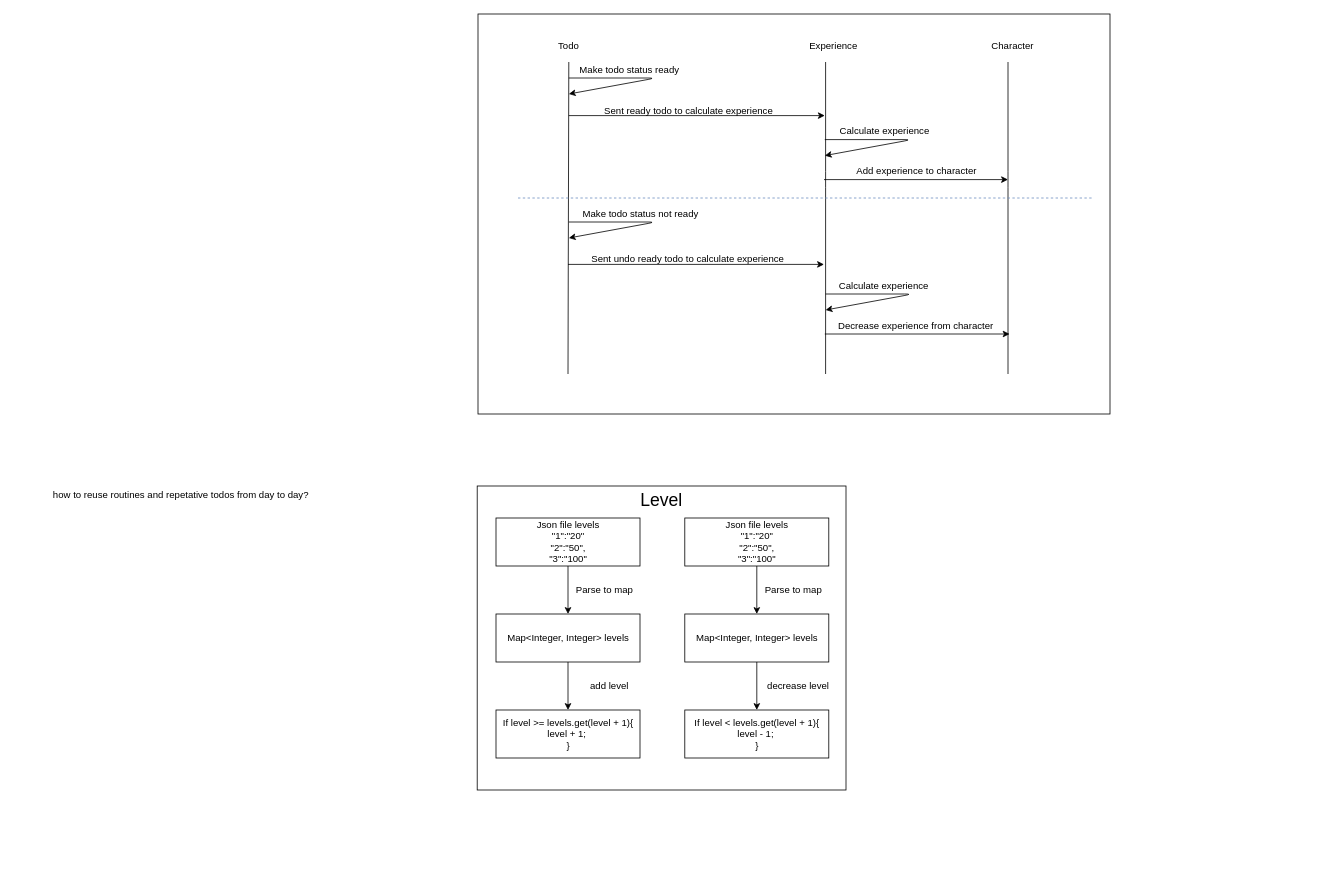
Above: experience moving.drawio in FedosovMax/diagrams (draw.io), before the change. Source tidied: cells renumbered, new cells numbered last; positions are measured from the earlier drawing's top-left corner, leaving out a move shared by most shapes. Both pictures are drawn from the tidied source at 80%, with x=0, y=0 at pixel (46, 14).
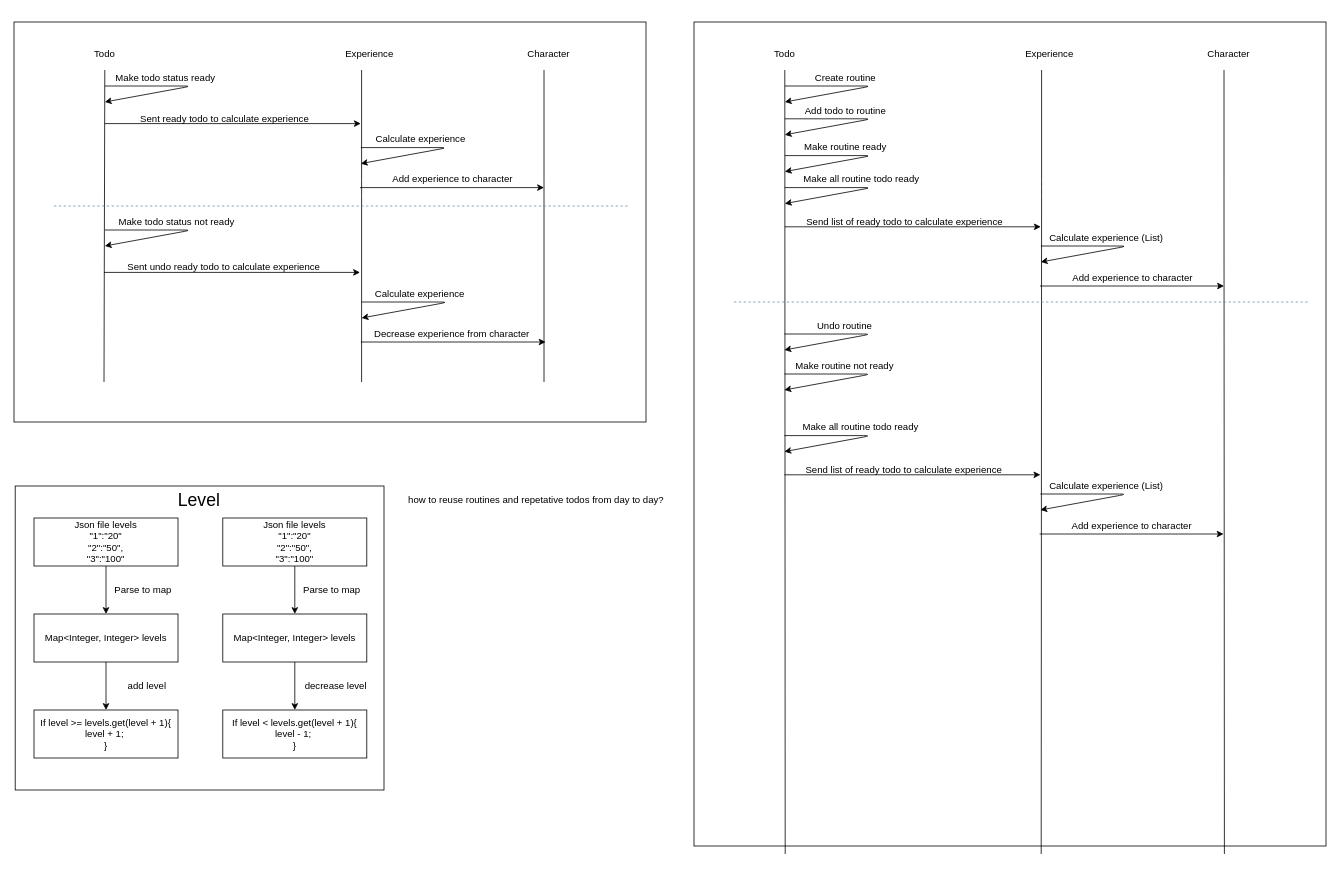
Above is the later version.

What changed in the source:
```diff
@@
     <mxCell id="2" style="rounded=0;whiteSpace=wrap;html=1;" parent="1" vertex="1">
-      <mxGeometry x="539" y="590" width="461" height="380" as="geometry" />
+      <mxGeometry x="-38.5" y="590" width="461" height="380" as="geometry" />
     </mxCell>
     <mxCell id="3" style="rounded=0;whiteSpace=wrap;html=1;" parent="1" vertex="1">
-      <mxGeometry x="540" width="790" height="500" as="geometry" />
+      <mxGeometry x="-40" y="10" width="790" height="500" as="geometry" />
     </mxCell>
     <mxCell id="4" style="endArrow=none;html=1;" parent="1" edge="1">
       <mxGeometry relative="1" as="geometry">
-        <mxPoint x="652.5" y="450" as="sourcePoint" />
-        <mxPoint x="653.5" y="60" as="targetPoint" />
+        <mxPoint x="72.5" y="460" as="sourcePoint" />
+        <mxPoint x="73.5" y="70" as="targetPoint" />
       </mxGeometry>
     </mxCell>
     <mxCell id="5" style="endArrow=none;html=1;" parent="1" edge="1">
       <mxGeometry relative="1" as="geometry">
-        <mxPoint x="974.5" y="450" as="sourcePoint" />
-        <mxPoint x="974.5" y="60" as="targetPoint" />
+        <mxPoint x="394.5" y="460" as="sourcePoint" />
+        <mxPoint x="394.5" y="70" as="targetPoint" />
         <Array as="points">
-          <mxPoint x="974.5" y="207" />
+          <mxPoint x="394.5" y="217" />
         </Array>
       </mxGeometry>
     </mxCell>
     <mxCell id="6" value="Todo" style="text;html=1;align=center;verticalAlign=middle;" parent="1" vertex="1">
-      <mxGeometry x="632.5" y="30" width="40" height="20" as="geometry" />
+      <mxGeometry x="52.5" y="40" width="40" height="20" as="geometry" />
     </mxCell>
     <mxCell id="7" value="Experience" style="text;html=1;align=center;verticalAlign=middle;" parent="1" vertex="1">
-      <mxGeometry x="943.5" y="30" width="80" height="20" as="geometry" />
+      <mxGeometry x="363.5" y="40" width="80" height="20" as="geometry" />
     </mxCell>
     <mxCell id="8" style="endArrow=classic;html=1;" parent="1" edge="1">
       <mxGeometry relative="1" as="geometry">
-        <mxPoint x="653.5" y="127" as="sourcePoint" />
-        <mxPoint x="973.5" y="127" as="targetPoint" />
+        <mxPoint x="73.5" y="137" as="sourcePoint" />
+        <mxPoint x="393.5" y="137" as="targetPoint" />
       </mxGeometry>
     </mxCell>
     <mxCell id="9" value="Sent ready todo to calculate experience" style="text;html=1;align=center;verticalAlign=middle;" parent="1" vertex="1">
-      <mxGeometry x="687.5" y="111" width="230" height="20" as="geometry" />
+      <mxGeometry x="107.5" y="121" width="230" height="20" as="geometry" />
     </mxCell>
     <mxCell id="10" style="endArrow=classic;html=1;" parent="1" edge="1">
       <mxGeometry relative="1" as="geometry">
-        <mxPoint x="973.5" y="157" as="sourcePoint" />
-        <mxPoint x="973.5" y="177" as="targetPoint" />
+        <mxPoint x="393.5" y="167" as="sourcePoint" />
+        <mxPoint x="393.5" y="187" as="targetPoint" />
         <Array as="points">
-          <mxPoint x="1082.5" y="157" />
+          <mxPoint x="502.5" y="167" />
         </Array>
       </mxGeometry>
     </mxCell>
     <mxCell id="11" style="endArrow=none;html=1;" parent="1" edge="1">
       <mxGeometry relative="1" as="geometry">
-        <mxPoint x="1202.5" y="450" as="sourcePoint" />
-        <mxPoint x="1202.5" y="60" as="targetPoint" />
+        <mxPoint x="622.5" y="460" as="sourcePoint" />
+        <mxPoint x="622.5" y="70" as="targetPoint" />
         <Array as="points">
-          <mxPoint x="1202.5" y="207" />
+          <mxPoint x="622.5" y="217" />
         </Array>
       </mxGeometry>
     </mxCell>
     <mxCell id="12" value="Character" style="text;html=1;align=center;verticalAlign=middle;" parent="1" vertex="1">
-      <mxGeometry x="1172.5" y="30" width="70" height="20" as="geometry" />
+      <mxGeometry x="592.5" y="40" width="70" height="20" as="geometry" />
     </mxCell>
     <mxCell id="13" value="Calculate experience" style="text;html=1;align=center;verticalAlign=middle;" parent="1" vertex="1">
-      <mxGeometry x="982.5" y="137" width="130" height="20" as="geometry" />
+      <mxGeometry x="402.5" y="147" width="130" height="20" as="geometry" />
     </mxCell>
     <mxCell id="14" style="endArrow=classic;html=1;" parent="1" edge="1">
       <mxGeometry relative="1" as="geometry">
-        <mxPoint x="972.5" y="207" as="sourcePoint" />
-        <mxPoint x="1202.5" y="207" as="targetPoint" />
+        <mxPoint x="392.5" y="217" as="sourcePoint" />
+        <mxPoint x="622.5" y="217" as="targetPoint" />
       </mxGeometry>
     </mxCell>
     <mxCell id="15" value="Add experience to character" style="text;html=1;align=center;verticalAlign=middle;" parent="1" vertex="1">
-      <mxGeometry x="1002.5" y="187" width="170" height="20" as="geometry" />
+      <mxGeometry x="422.5" y="197" width="170" height="20" as="geometry" />
     </mxCell>
     <mxCell id="16" style="endArrow=classic;html=1;" parent="1" edge="1">
       <mxGeometry relative="1" as="geometry">
-        <mxPoint x="652.5" y="313" as="sourcePoint" />
-        <mxPoint x="972.5" y="313" as="targetPoint" />
+        <mxPoint x="72.5" y="323" as="sourcePoint" />
+        <mxPoint x="392.5" y="323" as="targetPoint" />
       </mxGeometry>
     </mxCell>
     <mxCell id="17" value="Sent undo ready todo to calculate experience" style="text;html=1;align=center;verticalAlign=middle;" parent="1" vertex="1">
-      <mxGeometry x="671.5" y="297" width="260" height="20" as="geometry" />
+      <mxGeometry x="91.5" y="307" width="260" height="20" as="geometry" />
     </mxCell>
     <mxCell id="18" style="endArrow=classic;html=1;" parent="1" edge="1">
       <mxGeometry relative="1" as="geometry">
-        <mxPoint x="974.5" y="350" as="sourcePoint" />
-        <mxPoint x="974.5" y="370" as="targetPoint" />
+        <mxPoint x="394.5" y="360" as="sourcePoint" />
+        <mxPoint x="394.5" y="380" as="targetPoint" />
         <Array as="points">
-          <mxPoint x="1083.5" y="350" />
+          <mxPoint x="503.5" y="360" />
         </Array>
       </mxGeometry>
     </mxCell>
     <mxCell id="19" value="Calculate experience" style="text;html=1;align=center;verticalAlign=middle;" parent="1" vertex="1">
-      <mxGeometry x="981.5" y="330" width="130" height="20" as="geometry" />
+      <mxGeometry x="401.5" y="340" width="130" height="20" as="geometry" />
     </mxCell>
     <mxCell id="20" style="endArrow=classic;html=1;" parent="1" edge="1">
       <mxGeometry relative="1" as="geometry">
-        <mxPoint x="973.5" y="400" as="sourcePoint" />
-        <mxPoint x="1204.5" y="400" as="targetPoint" />
+        <mxPoint x="393.5" y="410" as="sourcePoint" />
+        <mxPoint x="624.5" y="410" as="targetPoint" />
       </mxGeometry>
     </mxCell>
     <mxCell id="21" value="Decrease experience from character" style="text;html=1;align=center;verticalAlign=middle;" parent="1" vertex="1">
-      <mxGeometry x="981.5" y="380" width="210" height="20" as="geometry" />
+      <mxGeometry x="401.5" y="390" width="210" height="20" as="geometry" />
     </mxCell>
     <mxCell id="22" value="Make todo status ready" style="text;html=1;align=center;verticalAlign=middle;" parent="1" vertex="1">
-      <mxGeometry x="658.5" y="60" width="140" height="20" as="geometry" />
+      <mxGeometry x="78.5" y="70" width="140" height="20" as="geometry" />
     </mxCell>
     <mxCell id="23" style="endArrow=classic;html=1;" parent="1" edge="1">
       <mxGeometry relative="1" as="geometry">
-        <mxPoint x="653.5" y="80" as="sourcePoint" />
-        <mxPoint x="653.5" y="100" as="targetPoint" />
+        <mxPoint x="73.5" y="90" as="sourcePoint" />
+        <mxPoint x="73.5" y="110" as="targetPoint" />
         <Array as="points">
-          <mxPoint x="762.5" y="80" />
+          <mxPoint x="182.5" y="90" />
         </Array>
       </mxGeometry>
     </mxCell>
     <mxCell id="24" value="Make todo status not ready" style="text;html=1;align=center;verticalAlign=middle;" parent="1" vertex="1">
-      <mxGeometry x="662.5" y="240" width="160" height="20" as="geometry" />
+      <mxGeometry x="82.5" y="250" width="160" height="20" as="geometry" />
     </mxCell>
     <mxCell id="25" style="endArrow=classic;html=1;" parent="1" edge="1">
       <mxGeometry relative="1" as="geometry">
-        <mxPoint x="653.5" y="260" as="sourcePoint" />
-        <mxPoint x="653.5" y="280" as="targetPoint" />
+        <mxPoint x="73.5" y="270" as="sourcePoint" />
+        <mxPoint x="73.5" y="290" as="targetPoint" />
         <Array as="points">
-          <mxPoint x="762.5" y="260" />
+          <mxPoint x="182.5" y="270" />
         </Array>
       </mxGeometry>
     </mxCell>
     <mxCell id="26" style="endArrow=none;dashed=1;html=1;fillColor=#dae8fc;strokeColor=#6c8ebf;" parent="1" edge="1">
       <mxGeometry relative="1" as="geometry">
-        <mxPoint x="590" y="230" as="sourcePoint" />
-        <mxPoint x="1310" y="230" as="targetPoint" />
+        <mxPoint x="10" y="240" as="sourcePoint" />
+        <mxPoint x="730" y="240" as="targetPoint" />
       </mxGeometry>
     </mxCell>
@@
     <mxCell id="28" value="Map&amp;lt;Integer, Integer&amp;gt; levels" style="rounded=0;whiteSpace=wrap;html=1;" parent="1" vertex="1">
-      <mxGeometry x="562.5" y="750" width="180" height="60" as="geometry" />
+      <mxGeometry x="-15" y="750" width="180" height="60" as="geometry" />
     </mxCell>
     <mxCell id="29" value="&lt;font style=&quot;font-size: 22px&quot;&gt;Level&lt;/font&gt;" style="text;html=1;align=center;verticalAlign=middle;" parent="1" vertex="1">
-      <mxGeometry x="733.5" y="598" width="70" height="20" as="geometry" />
+      <mxGeometry x="156" y="598" width="70" height="20" as="geometry" />
     </mxCell>
     <mxCell id="30" value="If level &amp;gt;= levels.get(level + 1){&lt;br&gt;level + 1;&amp;nbsp;&lt;br&gt;}" style="rounded=0;whiteSpace=wrap;html=1;" parent="1" vertex="1">
-      <mxGeometry x="562.5" y="870" width="180" height="60" as="geometry" />
+      <mxGeometry x="-15" y="870" width="180" height="60" as="geometry" />
     </mxCell>
@@
     <mxCell id="32" value="Json file levels&lt;br&gt;&quot;1&quot;:&quot;20&quot;&lt;br&gt;&quot;2&quot;:&quot;50&quot;,&lt;br&gt;&quot;3&quot;:&quot;100&quot;" style="rounded=0;whiteSpace=wrap;html=1;" parent="1" vertex="1">
-      <mxGeometry x="562.5" y="630" width="180" height="60" as="geometry" />
+      <mxGeometry x="-15" y="630" width="180" height="60" as="geometry" />
     </mxCell>
     <mxCell id="33" value="Parse to map" style="text;html=1;align=center;verticalAlign=middle;" parent="1" vertex="1">
-      <mxGeometry x="653" y="710" width="90" height="20" as="geometry" />
+      <mxGeometry x="75.5" y="710" width="90" height="20" as="geometry" />
     </mxCell>
     <mxCell id="34" value="add level" style="text;html=1;align=center;verticalAlign=middle;" parent="1" vertex="1">
-      <mxGeometry x="673.5" y="830" width="60" height="20" as="geometry" />
+      <mxGeometry x="96" y="830" width="60" height="20" as="geometry" />
     </mxCell>
@@
     <mxCell id="36" value="Map&amp;lt;Integer, Integer&amp;gt; levels" style="rounded=0;whiteSpace=wrap;html=1;" parent="1" vertex="1">
-      <mxGeometry x="798.5" y="750" width="180" height="60" as="geometry" />
+      <mxGeometry x="221" y="750" width="180" height="60" as="geometry" />
     </mxCell>
     <mxCell id="37" value="If level &amp;lt; levels.get(level + 1){&lt;br&gt;level - 1;&amp;nbsp;&lt;br&gt;}" style="rounded=0;whiteSpace=wrap;html=1;" parent="1" vertex="1">
-      <mxGeometry x="798.5" y="870" width="180" height="60" as="geometry" />
+      <mxGeometry x="221" y="870" width="180" height="60" as="geometry" />
     </mxCell>
@@
     <mxCell id="39" value="Json file levels&lt;br&gt;&quot;1&quot;:&quot;20&quot;&lt;br&gt;&quot;2&quot;:&quot;50&quot;,&lt;br&gt;&quot;3&quot;:&quot;100&quot;" style="rounded=0;whiteSpace=wrap;html=1;" parent="1" vertex="1">
-      <mxGeometry x="798.5" y="630" width="180" height="60" as="geometry" />
+      <mxGeometry x="221" y="630" width="180" height="60" as="geometry" />
     </mxCell>
     <mxCell id="40" value="Parse to map" style="text;html=1;align=center;verticalAlign=middle;" parent="1" vertex="1">
-      <mxGeometry x="889" y="710" width="90" height="20" as="geometry" />
+      <mxGeometry x="311.5" y="710" width="90" height="20" as="geometry" />
     </mxCell>
     <mxCell id="41" value="decrease level" style="text;html=1;align=center;verticalAlign=middle;" parent="1" vertex="1">
-      <mxGeometry x="894.5" y="830" width="90" height="20" as="geometry" />
+      <mxGeometry x="317" y="830" width="90" height="20" as="geometry" />
     </mxCell>
     <mxCell id="42" value="how to reuse routines and repetative todos from day to day?&amp;nbsp;" style="text;html=1;align=center;verticalAlign=middle;" parent="1" vertex="1">
-      <mxGeometry y="592" width="340" height="20" as="geometry" />
+      <mxGeometry x="443.5" y="598" width="340" height="20" as="geometry" />
     </mxCell>
+    <mxCell id="43" style="rounded=0;whiteSpace=wrap;html=1;" parent="1" vertex="1">
+      <mxGeometry x="810" y="10" width="790" height="1030" as="geometry" />
+    </mxCell>
+    <mxCell id="44" style="endArrow=none;html=1;" parent="1" edge="1">
+      <mxGeometry relative="1" as="geometry">
+        <mxPoint x="924" y="1050" as="sourcePoint" />
+        <mxPoint x="923.5" y="70" as="targetPoint" />
+      </mxGeometry>
+    </mxCell>
+    <mxCell id="45" style="endArrow=none;html=1;" parent="1" edge="1">
+      <mxGeometry relative="1" as="geometry">
+        <mxPoint x="1244" y="1050" as="sourcePoint" />
+        <mxPoint x="1244.5" y="70" as="targetPoint" />
+        <Array as="points">
+          <mxPoint x="1244.5" y="217" />
+        </Array>
+      </mxGeometry>
+    </mxCell>
+    <mxCell id="46" value="Todo" style="text;html=1;align=center;verticalAlign=middle;" parent="1" vertex="1">
+      <mxGeometry x="902.5" y="40" width="40" height="20" as="geometry" />
+    </mxCell>
+    <mxCell id="47" value="Experience" style="text;html=1;align=center;verticalAlign=middle;" parent="1" vertex="1">
+      <mxGeometry x="1213.5" y="40" width="80" height="20" as="geometry" />
+    </mxCell>
+    <mxCell id="48" style="endArrow=classic;html=1;" parent="1" edge="1">
+      <mxGeometry relative="1" as="geometry">
+        <mxPoint x="923.5" y="266" as="sourcePoint" />
+        <mxPoint x="1243.5" y="266" as="targetPoint" />
+      </mxGeometry>
+    </mxCell>
+    <mxCell id="49" value="Send list of ready todo to calculate experience" style="text;html=1;align=center;verticalAlign=middle;" parent="1" vertex="1">
+      <mxGeometry x="947.5" y="250" width="250" height="20" as="geometry" />
+    </mxCell>
+    <mxCell id="50" style="endArrow=classic;html=1;" parent="1" edge="1">
+      <mxGeometry relative="1" as="geometry">
+        <mxPoint x="1243.5" y="290" as="sourcePoint" />
+        <mxPoint x="1243.5" y="310" as="targetPoint" />
+        <Array as="points">
+          <mxPoint x="1352.5" y="290" />
+        </Array>
+      </mxGeometry>
+    </mxCell>
+    <mxCell id="51" style="endArrow=none;html=1;" parent="1" edge="1">
+      <mxGeometry relative="1" as="geometry">
+        <mxPoint x="1473" y="1050" as="sourcePoint" />
+        <mxPoint x="1472.5" y="70" as="targetPoint" />
+        <Array as="points">
+          <mxPoint x="1472.5" y="217" />
+        </Array>
+      </mxGeometry>
+    </mxCell>
+    <mxCell id="52" value="Character" style="text;html=1;align=center;verticalAlign=middle;" parent="1" vertex="1">
+      <mxGeometry x="1442.5" y="40" width="70" height="20" as="geometry" />
+    </mxCell>
+    <mxCell id="53" value="Calculate experience (List)" style="text;html=1;align=center;verticalAlign=middle;" parent="1" vertex="1">
+      <mxGeometry x="1250" y="270" width="150" height="20" as="geometry" />
+    </mxCell>
+    <mxCell id="54" style="endArrow=classic;html=1;" parent="1" edge="1">
+      <mxGeometry relative="1" as="geometry">
+        <mxPoint x="1242.5" y="340" as="sourcePoint" />
+        <mxPoint x="1472.5" y="340" as="targetPoint" />
+      </mxGeometry>
+    </mxCell>
+    <mxCell id="55" value="Add experience to character" style="text;html=1;align=center;verticalAlign=middle;" parent="1" vertex="1">
+      <mxGeometry x="1272.5" y="320" width="170" height="20" as="geometry" />
+    </mxCell>
+    <mxCell id="56" value="Create routine" style="text;html=1;align=center;verticalAlign=middle;" parent="1" vertex="1">
+      <mxGeometry x="953.5" y="70" width="90" height="20" as="geometry" />
+    </mxCell>
+    <mxCell id="57" style="endArrow=classic;html=1;" parent="1" edge="1">
+      <mxGeometry relative="1" as="geometry">
+        <mxPoint x="923.5" y="90" as="sourcePoint" />
+        <mxPoint x="923.5" y="110" as="targetPoint" />
+        <Array as="points">
+          <mxPoint x="1032.5" y="90" />
+        </Array>
+      </mxGeometry>
+    </mxCell>
+    <mxCell id="58" value="Add todo to routine" style="text;html=1;align=center;verticalAlign=middle;" parent="1" vertex="1">
+      <mxGeometry x="943.5" y="111" width="110" height="20" as="geometry" />
+    </mxCell>
+    <mxCell id="59" style="endArrow=classic;html=1;" parent="1" edge="1">
+      <mxGeometry relative="1" as="geometry">
+        <mxPoint x="923.5" y="131" as="sourcePoint" />
+        <mxPoint x="923.5" y="151" as="targetPoint" />
+        <Array as="points">
+          <mxPoint x="1032.5" y="131" />
+        </Array>
+      </mxGeometry>
+    </mxCell>
+    <mxCell id="60" value="Make routine ready" style="text;html=1;align=center;verticalAlign=middle;" parent="1" vertex="1">
+      <mxGeometry x="943.5" y="157" width="110" height="20" as="geometry" />
+    </mxCell>
+    <mxCell id="61" style="endArrow=classic;html=1;" parent="1" edge="1">
+      <mxGeometry relative="1" as="geometry">
+        <mxPoint x="923.5" y="177" as="sourcePoint" />
+        <mxPoint x="923.5" y="197" as="targetPoint" />
+        <Array as="points">
+          <mxPoint x="1032.5" y="177" />
+        </Array>
+      </mxGeometry>
+    </mxCell>
+    <mxCell id="62" style="endArrow=classic;html=1;" parent="1" edge="1">
+      <mxGeometry relative="1" as="geometry">
+        <mxPoint x="923.5" y="217" as="sourcePoint" />
+        <mxPoint x="923.5" y="237" as="targetPoint" />
+        <Array as="points">
+          <mxPoint x="1032.5" y="217" />
+        </Array>
+      </mxGeometry>
+    </mxCell>
+    <mxCell id="63" value="Make all routine todo ready" style="text;html=1;align=center;verticalAlign=middle;" parent="1" vertex="1">
+      <mxGeometry x="943.5" y="197" width="150" height="20" as="geometry" />
+    </mxCell>
+    <mxCell id="64" style="endArrow=none;dashed=1;html=1;fillColor=#dae8fc;strokeColor=#6c8ebf;" parent="1" edge="1">
+      <mxGeometry relative="1" as="geometry">
+        <mxPoint x="860" y="360" as="sourcePoint" />
+        <mxPoint x="1580" y="360" as="targetPoint" />
+      </mxGeometry>
+    </mxCell>
+    <mxCell id="65" style="endArrow=classic;html=1;" parent="1" edge="1">
+      <mxGeometry relative="1" as="geometry">
+        <mxPoint x="923" y="576" as="sourcePoint" />
+        <mxPoint x="1243" y="576" as="targetPoint" />
+      </mxGeometry>
+    </mxCell>
+    <mxCell id="66" value="Send list of ready todo to calculate experience" style="text;html=1;align=center;verticalAlign=middle;" parent="1" vertex="1">
+      <mxGeometry x="947" y="560" width="250" height="20" as="geometry" />
+    </mxCell>
+    <mxCell id="67" style="endArrow=classic;html=1;" parent="1" edge="1">
+      <mxGeometry relative="1" as="geometry">
+        <mxPoint x="1243" y="600" as="sourcePoint" />
+        <mxPoint x="1243" y="620" as="targetPoint" />
+        <Array as="points">
+          <mxPoint x="1352" y="600" />
+        </Array>
+      </mxGeometry>
+    </mxCell>
+    <mxCell id="68" value="Calculate experience (List)" style="text;html=1;align=center;verticalAlign=middle;" parent="1" vertex="1">
+      <mxGeometry x="1249.5" y="580" width="150" height="20" as="geometry" />
+    </mxCell>
+    <mxCell id="69" style="endArrow=classic;html=1;" parent="1" edge="1">
+      <mxGeometry relative="1" as="geometry">
+        <mxPoint x="1242" y="650" as="sourcePoint" />
+        <mxPoint x="1472" y="650" as="targetPoint" />
+      </mxGeometry>
+    </mxCell>
+    <mxCell id="70" value="Add experience to character" style="text;html=1;align=center;verticalAlign=middle;" parent="1" vertex="1">
+      <mxGeometry x="1272" y="630" width="170" height="20" as="geometry" />
+    </mxCell>
+    <mxCell id="71" value="Undo routine" style="text;html=1;align=center;verticalAlign=middle;" parent="1" vertex="1">
+      <mxGeometry x="958" y="380" width="80" height="20" as="geometry" />
+    </mxCell>
+    <mxCell id="72" style="endArrow=classic;html=1;" parent="1" edge="1">
+      <mxGeometry relative="1" as="geometry">
+        <mxPoint x="923" y="400" as="sourcePoint" />
+        <mxPoint x="923" y="420" as="targetPoint" />
+        <Array as="points">
+          <mxPoint x="1032" y="400" />
+        </Array>
+      </mxGeometry>
+    </mxCell>
+    <mxCell id="73" value="Make routine not ready" style="text;html=1;align=center;verticalAlign=middle;" parent="1" vertex="1">
+      <mxGeometry x="933" y="430" width="130" height="20" as="geometry" />
+    </mxCell>
+    <mxCell id="74" style="endArrow=classic;html=1;" parent="1" edge="1">
+      <mxGeometry relative="1" as="geometry">
+        <mxPoint x="923" y="450" as="sourcePoint" />
+        <mxPoint x="923" y="470" as="targetPoint" />
+        <Array as="points">
+          <mxPoint x="1032" y="450" />
+        </Array>
+      </mxGeometry>
+    </mxCell>
+    <mxCell id="75" style="endArrow=classic;html=1;" parent="1" edge="1">
+      <mxGeometry relative="1" as="geometry">
+        <mxPoint x="923" y="527" as="sourcePoint" />
+        <mxPoint x="923" y="547" as="targetPoint" />
+        <Array as="points">
+          <mxPoint x="1032" y="527" />
+        </Array>
+      </mxGeometry>
+    </mxCell>
+    <mxCell id="76" value="Make all routine todo ready" style="text;html=1;align=center;verticalAlign=middle;" parent="1" vertex="1">
+      <mxGeometry x="943" y="507" width="150" height="20" as="geometry" />
+    </mxCell>
```
